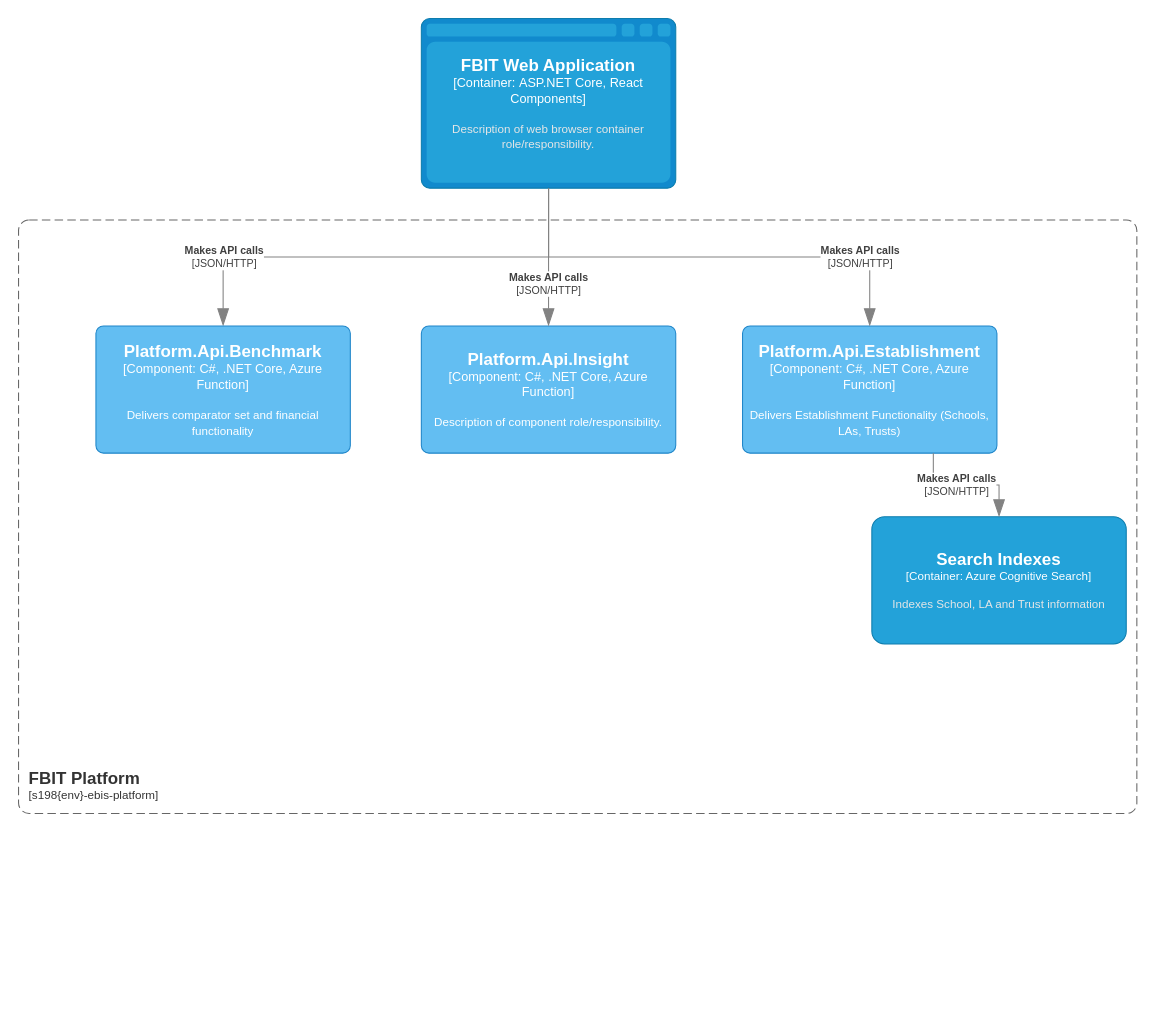
The draw.io diagram page "Component View - API" (4 of 14) of documentation/architecture/FBIT-Diagrams.drawio in DFE-Digital/education-benchmarking-and-insights, before the edit. Source tidied: cells renumbered, new cells numbered last; positions are measured from the earlier drawing's top-left corner, leaving out a move shared by most shapes. Both pictures are drawn from the tidied source at 106%, with x=0, y=0 at pixel (18, 18).
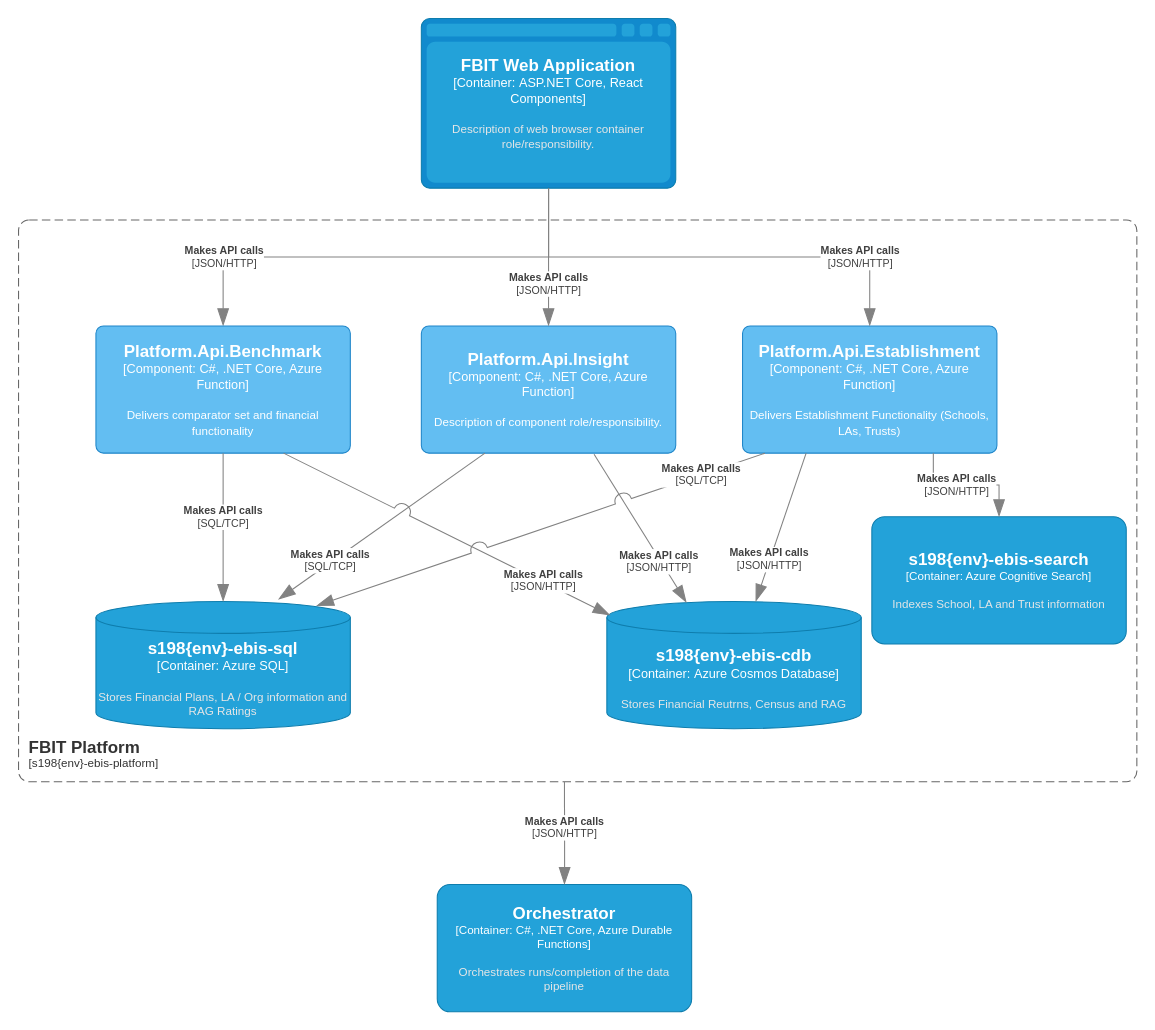
Above is the later version.

Unchanged cells that the change refers to:
```xml
<object id="5" label="&lt;font style=&quot;font-size: 16px&quot;&gt;&lt;b&gt;%c4Name%&lt;/b&gt;&lt;/font&gt;&lt;div&gt;[%c4Type%: %c4Technology%]&lt;/div&gt;&lt;br&gt;&lt;div&gt;&lt;font style=&quot;font-size: 11px&quot;&gt;%c4Description%&lt;/font&gt;&lt;/div&gt;" c4Description="Delivers comparator set and financial functionality" c4Name="Platform.Api.Benchmark" c4Technology="C#, .NET Core, Azure Function" c4Type="Component" placeholders="1">
  <mxCell style="rounded=1;whiteSpace=wrap;html=1;labelBackgroundColor=none;fillColor=#63BEF2;fontColor=#ffffff;align=center;arcSize=6;strokeColor=#2086C9;points=[[0.25,0,0],[0.5,0,0],[0.75,0,0],[1,0.25,0],[1,0.5,0],[1,0.75,0],[0.75,1,0],[0.5,1,0],[0.25,1,0],[0,0.75,0],[0,0.5,0],[0,0.25,0]];" parent="1" vertex="1">
    <mxGeometry x="73" y="290" width="240" height="120" as="geometry" />
  </mxCell>
</object>
<object id="6" label="&lt;font style=&quot;font-size: 16px&quot;&gt;&lt;b&gt;%c4Name%&lt;/b&gt;&lt;/font&gt;&lt;div&gt;[%c4Type%: %c4Technology%]&lt;/div&gt;&lt;br&gt;&lt;div&gt;&lt;font style=&quot;font-size: 11px&quot;&gt;%c4Description%&lt;/font&gt;&lt;/div&gt;" c4Description="Delivers Establishment Functionality (Schools, LAs, Trusts)" c4Name="Platform.Api.Establishment" c4Technology="C#, .NET Core, Azure Function" c4Type="Component" placeholders="1">
  <mxCell style="rounded=1;whiteSpace=wrap;html=1;labelBackgroundColor=none;fillColor=#63BEF2;fontColor=#ffffff;align=center;arcSize=6;strokeColor=#2086C9;points=[[0.25,0,0],[0.5,0,0],[0.75,0,0],[1,0.25,0],[1,0.5,0],[1,0.75,0],[0.75,1,0],[0.5,1,0],[0.25,1,0],[0,0.75,0],[0,0.5,0],[0,0.25,0]];" parent="1" vertex="1">
    <mxGeometry x="683" y="290" width="240" height="120" as="geometry" />
  </mxCell>
</object>
<object id="7" label="&lt;font style=&quot;font-size: 16px&quot;&gt;&lt;b&gt;%c4Name%&lt;/b&gt;&lt;/font&gt;&lt;div&gt;[%c4Type%: %c4Technology%]&lt;/div&gt;&lt;br&gt;&lt;div&gt;&lt;font style=&quot;font-size: 11px&quot;&gt;%c4Description%&lt;/font&gt;&lt;/div&gt;" c4Description="Description of component role/responsibility." c4Name="Platform.Api.Insight" c4Technology="C#, .NET Core, Azure Function" c4Type="Component" placeholders="1">
  <mxCell style="rounded=1;whiteSpace=wrap;html=1;labelBackgroundColor=none;fillColor=#63BEF2;fontColor=#ffffff;align=center;arcSize=6;strokeColor=#2086C9;points=[[0.25,0,0],[0.5,0,0],[0.75,0,0],[1,0.25,0],[1,0.5,0],[1,0.75,0],[0.75,1,0],[0.5,1,0],[0.25,1,0],[0,0.75,0],[0,0.5,0],[0,0.25,0]];" parent="1" vertex="1">
    <mxGeometry x="380" y="290" width="240" height="120" as="geometry" />
  </mxCell>
</object>
```

What changed in the source:
```diff
@@
     <object id="2" label="&lt;font style=&quot;font-size: 16px&quot;&gt;&lt;b&gt;&lt;div style=&quot;text-align: left&quot;&gt;%c4Name%&lt;/div&gt;&lt;/b&gt;&lt;/font&gt;&lt;div style=&quot;text-align: left&quot;&gt;[%c4Application%]&lt;/div&gt;" c4Application="s198{env}-ebis-platform" c4Name="FBIT Platform" placeholders="1">
       <mxCell style="rounded=1;fontSize=11;whiteSpace=wrap;html=1;dashed=1;arcSize=20;fillColor=none;strokeColor=#666666;fontColor=#333333;labelBackgroundColor=none;align=left;verticalAlign=bottom;labelBorderColor=none;spacingTop=0;spacing=10;dashPattern=8 4;perimeter=rectanglePerimeter;noLabel=0;labelPadding=0;absoluteArcSize=1;" parent="1" vertex="1">
-        <mxGeometry y="190" width="1055" height="560" as="geometry" />
+        <mxGeometry y="190" width="1055" height="530" as="geometry" />
       </mxCell>
     </object>
@@
-    <object id="10" label="&lt;font style=&quot;font-size: 16px&quot;&gt;&lt;b&gt;%c4Name%&lt;/b&gt;&lt;/font&gt;&lt;div&gt;[%c4Type%: %c4Technology%]&lt;/div&gt;&lt;br&gt;&lt;div&gt;&lt;font style=&quot;font-size: 11px&quot;&gt;&lt;font color=&quot;#E6E6E6&quot;&gt;%c4Description%&lt;/font&gt;&lt;/div&gt;" c4Description="Indexes School, LA and Trust information" c4Name="Search Indexes" c4Technology="Azure Cognitive Search" c4Type="Container" placeholders="1">
+    <object id="10" label="&lt;font style=&quot;font-size: 16px&quot;&gt;&lt;b&gt;%c4Name%&lt;/b&gt;&lt;/font&gt;&lt;div&gt;[%c4Type%: %c4Technology%]&lt;/div&gt;&lt;br&gt;&lt;div&gt;&lt;font style=&quot;font-size: 11px&quot;&gt;&lt;font color=&quot;#E6E6E6&quot;&gt;%c4Description%&lt;/font&gt;&lt;/div&gt;" c4Description="Indexes School, LA and Trust information" c4Name="s198{env}-ebis-search" c4Technology="Azure Cognitive Search" c4Type="Container" placeholders="1">
       <mxCell style="rounded=1;whiteSpace=wrap;html=1;fontSize=11;labelBackgroundColor=none;fillColor=#23A2D9;fontColor=#ffffff;align=center;arcSize=10;strokeColor=#0E7DAD;points=[[0.25,0,0],[0.5,0,0],[0.75,0,0],[1,0.25,0],[1,0.5,0],[1,0.75,0],[0.75,1,0],[0.5,1,0],[0.25,1,0],[0,0.75,0],[0,0.5,0],[0,0.25,0]];" parent="1" vertex="1">
         <mxGeometry x="805" y="470" width="240" height="120" as="geometry" />
       </mxCell>
     </object>
@@
+    <object id="12" label="&lt;font style=&quot;font-size: 16px&quot;&gt;&lt;b&gt;%c4Name%&lt;/b&gt;&lt;/font&gt;&lt;div&gt;[%c4Type%:&amp;nbsp;%c4Technology%]&lt;/div&gt;&lt;br&gt;&lt;div&gt;&lt;font style=&quot;font-size: 11px&quot;&gt;&lt;font color=&quot;#E6E6E6&quot;&gt;%c4Description%&lt;/font&gt;&lt;/div&gt;" c4Description="Stores Financial Plans, LA / Org information and RAG Ratings" c4Name="s198{env}-ebis-sql" c4Technology="Azure SQL" c4Type="Container" placeholders="1">
+      <mxCell style="shape=cylinder3;size=15;whiteSpace=wrap;html=1;boundedLbl=1;rounded=0;labelBackgroundColor=none;fillColor=#23A2D9;fontSize=12;fontColor=#ffffff;align=center;strokeColor=#0E7DAD;points=[[0.5,0,0],[1,0.25,0],[1,0.5,0],[1,0.75,0],[0.5,1,0],[0,0.75,0],[0,0.5,0],[0,0.25,0]];" parent="1" vertex="1">
+        <mxGeometry x="73" y="550" width="240" height="120" as="geometry" />
+      </mxCell>
+    </object>
+    <object id="13" label="&lt;font style=&quot;font-size: 16px&quot;&gt;&lt;b&gt;%c4Name%&lt;/b&gt;&lt;/font&gt;&lt;div&gt;[%c4Type%:&amp;nbsp;%c4Technology%]&lt;/div&gt;&lt;br&gt;&lt;div&gt;&lt;font style=&quot;font-size: 11px&quot;&gt;&lt;font color=&quot;#E6E6E6&quot;&gt;%c4Description%&lt;/font&gt;&lt;/div&gt;" c4Description="Stores Financial Reutrns, Census and RAG" c4Name="s198{env}-ebis-cdb" c4Technology="Azure Cosmos Database" c4Type="Container" placeholders="1">
+      <mxCell style="shape=cylinder3;size=15;whiteSpace=wrap;html=1;boundedLbl=1;rounded=0;labelBackgroundColor=none;fillColor=#23A2D9;fontSize=12;fontColor=#ffffff;align=center;strokeColor=#0E7DAD;points=[[0.5,0,0],[1,0.25,0],[1,0.5,0],[1,0.75,0],[0.5,1,0],[0,0.75,0],[0,0.5,0],[0,0.25,0]];" parent="1" vertex="1">
+        <mxGeometry x="555" y="550" width="240" height="120" as="geometry" />
+      </mxCell>
+    </object>
+    <object id="14" label="&lt;div style=&quot;text-align: left&quot;&gt;&lt;div style=&quot;text-align: center&quot;&gt;&lt;b&gt;%c4Description%&lt;/b&gt;&lt;/div&gt;&lt;div style=&quot;text-align: center&quot;&gt;[%c4Technology%]&lt;/div&gt;&lt;/div&gt;" c4Description="Makes API calls" c4Technology="SQL/TCP" placeholders="1">
+      <mxCell style="endArrow=blockThin;html=1;fontSize=10;fontColor=#404040;strokeWidth=1;endFill=1;strokeColor=#828282;elbow=vertical;endSize=14;startSize=14;jumpStyle=arc;jumpSize=16;rounded=0;edgeStyle=orthogonalEdgeStyle;exitX=0.5;exitY=1;exitDx=0;exitDy=0;exitPerimeter=0;entryX=0.5;entryY=0;entryDx=0;entryDy=0;entryPerimeter=0;" parent="1" edge="1" source="5" target="12">
+        <mxGeometry x="-0.15" relative="1" as="geometry" />
+      </mxCell>
+    </object>
+    <object id="15" label="&lt;div style=&quot;text-align: left&quot;&gt;&lt;div style=&quot;text-align: center&quot;&gt;&lt;b&gt;%c4Description%&lt;/b&gt;&lt;/div&gt;&lt;div style=&quot;text-align: center&quot;&gt;[%c4Technology%]&lt;/div&gt;&lt;/div&gt;" c4Description="Makes API calls" c4Technology="JSON/HTTP" placeholders="1">
+      <mxCell style="endArrow=blockThin;html=1;fontSize=10;fontColor=#404040;strokeWidth=1;endFill=1;strokeColor=#828282;elbow=vertical;endSize=14;startSize=14;jumpStyle=arc;jumpSize=16;rounded=0;exitX=0.679;exitY=1.008;exitDx=0;exitDy=0;exitPerimeter=0;entryX=0.313;entryY=0.008;entryDx=0;entryDy=0;entryPerimeter=0;" parent="1" edge="1" source="7" target="13">
+        <mxGeometry x="0.43" y="-1" relative="1" as="geometry" />
+      </mxCell>
+    </object>
+    <object id="16" label="&lt;div style=&quot;text-align: left&quot;&gt;&lt;div style=&quot;text-align: center&quot;&gt;&lt;b&gt;%c4Description%&lt;/b&gt;&lt;/div&gt;&lt;div style=&quot;text-align: center&quot;&gt;[%c4Technology%]&lt;/div&gt;&lt;/div&gt;" c4Description="Makes API calls" c4Technology="SQL/TCP" placeholders="1">
+      <mxCell style="endArrow=blockThin;html=1;fontSize=10;fontColor=#404040;strokeWidth=1;endFill=1;strokeColor=#828282;elbow=vertical;endSize=14;startSize=14;jumpStyle=arc;jumpSize=16;rounded=0;exitX=0.25;exitY=1;exitDx=0;exitDy=0;exitPerimeter=0;entryX=0.717;entryY=-0.017;entryDx=0;entryDy=0;entryPerimeter=0;" parent="1" edge="1" source="7" target="12">
+        <mxGeometry x="0.48" y="-2" relative="1" as="geometry" />
+      </mxCell>
+    </object>
+    <object id="17" label="&lt;div style=&quot;text-align: left&quot;&gt;&lt;div style=&quot;text-align: center&quot;&gt;&lt;b&gt;%c4Description%&lt;/b&gt;&lt;/div&gt;&lt;div style=&quot;text-align: center&quot;&gt;[%c4Technology%]&lt;/div&gt;&lt;/div&gt;" c4Description="Makes API calls" c4Technology="JSON/HTTP" placeholders="1">
+      <mxCell style="endArrow=blockThin;html=1;fontSize=10;fontColor=#404040;strokeWidth=1;endFill=1;strokeColor=#828282;elbow=vertical;endSize=14;startSize=14;jumpStyle=arc;jumpSize=16;rounded=0;entryX=0.013;entryY=0.108;entryDx=0;entryDy=0;entryPerimeter=0;" parent="1" edge="1" target="13">
+        <mxGeometry x="0.59" y="1" relative="1" as="geometry">
+          <mxPoint x="250" y="410" as="sourcePoint" />
+        </mxGeometry>
+      </mxCell>
+    </object>
+    <object id="18" label="&lt;div style=&quot;text-align: left&quot;&gt;&lt;div style=&quot;text-align: center&quot;&gt;&lt;b&gt;%c4Description%&lt;/b&gt;&lt;/div&gt;&lt;div style=&quot;text-align: center&quot;&gt;[%c4Technology%]&lt;/div&gt;&lt;/div&gt;" c4Description="Makes API calls" c4Technology="SQL/TCP" placeholders="1">
+      <mxCell style="endArrow=blockThin;html=1;fontSize=10;fontColor=#404040;strokeWidth=1;endFill=1;strokeColor=#828282;elbow=vertical;endSize=14;startSize=14;jumpStyle=arc;jumpSize=16;rounded=0;exitX=0.088;exitY=1;exitDx=0;exitDy=0;exitPerimeter=0;entryX=0.867;entryY=0.033;entryDx=0;entryDy=0;entryPerimeter=0;" parent="1" edge="1" source="6" target="12">
+        <mxGeometry x="-0.72" relative="1" as="geometry" />
+      </mxCell>
+    </object>
+    <object id="19" label="&lt;div style=&quot;text-align: left&quot;&gt;&lt;div style=&quot;text-align: center&quot;&gt;&lt;b&gt;%c4Description%&lt;/b&gt;&lt;/div&gt;&lt;div style=&quot;text-align: center&quot;&gt;[%c4Technology%]&lt;/div&gt;&lt;/div&gt;" c4Description="Makes API calls" c4Technology="JSON/HTTP" placeholders="1">
+      <mxCell style="endArrow=blockThin;html=1;fontSize=10;fontColor=#404040;strokeWidth=1;endFill=1;strokeColor=#828282;elbow=vertical;endSize=14;startSize=14;jumpStyle=arc;jumpSize=16;rounded=0;exitX=0.25;exitY=1;exitDx=0;exitDy=0;exitPerimeter=0;" parent="1" edge="1" source="6" target="13">
+        <mxGeometry x="0.43" y="-1" relative="1" as="geometry" />
+      </mxCell>
+    </object>
+    <object id="20" label="&lt;font style=&quot;font-size: 16px&quot;&gt;&lt;b&gt;%c4Name%&lt;/b&gt;&lt;/font&gt;&lt;div&gt;[%c4Type%: %c4Technology%]&lt;/div&gt;&lt;br&gt;&lt;div&gt;&lt;font style=&quot;font-size: 11px&quot;&gt;&lt;font color=&quot;#E6E6E6&quot;&gt;%c4Description%&lt;/font&gt;&lt;/div&gt;" c4Description="Orchestrates runs/completion of the data pipeline" c4Name="Orchestrator" c4Technology="C#, .NET Core, Azure Durable Functions" c4Type="Container" placeholders="1">
+      <mxCell style="rounded=1;whiteSpace=wrap;html=1;fontSize=11;labelBackgroundColor=none;fillColor=#23A2D9;fontColor=#ffffff;align=center;arcSize=10;strokeColor=#0E7DAD;points=[[0.25,0,0],[0.5,0,0],[0.75,0,0],[1,0.25,0],[1,0.5,0],[1,0.75,0],[0.75,1,0],[0.5,1,0],[0.25,1,0],[0,0.75,0],[0,0.5,0],[0,0.25,0]];" parent="1" vertex="1">
+        <mxGeometry x="395" y="817" width="240" height="120" as="geometry" />
+      </mxCell>
+    </object>
+    <object id="21" label="&lt;div style=&quot;text-align: left&quot;&gt;&lt;div style=&quot;text-align: center&quot;&gt;&lt;b&gt;%c4Description%&lt;/b&gt;&lt;/div&gt;&lt;div style=&quot;text-align: center&quot;&gt;[%c4Technology%]&lt;/div&gt;&lt;/div&gt;" c4Description="Makes API calls" c4Technology="JSON/HTTP" placeholders="1">
+      <mxCell style="endArrow=blockThin;html=1;fontSize=10;fontColor=#404040;strokeWidth=1;endFill=1;strokeColor=#828282;elbow=vertical;endSize=14;startSize=14;jumpStyle=arc;jumpSize=16;rounded=0;edgeStyle=orthogonalEdgeStyle;entryX=0.5;entryY=0;entryDx=0;entryDy=0;entryPerimeter=0;" parent="1" edge="1" target="20">
+        <mxGeometry x="-0.11" relative="1" as="geometry">
+          <mxPoint x="515" y="720" as="sourcePoint" />
+        </mxGeometry>
+      </mxCell>
+    </object>
```
